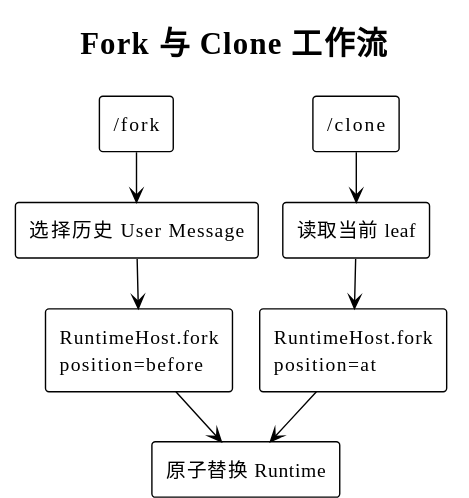
Before: diagrams/builtin-command/11-fork-clone.svg, a diagram exported from PlantUML (superheromeZzh/pi-mono-java-design).
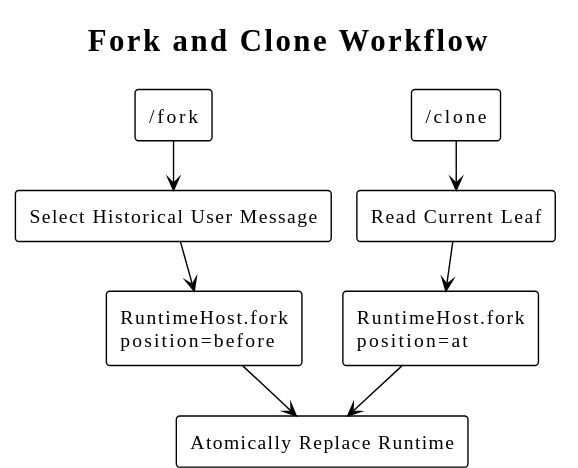
After the commit.

What changed in the source:
```diff
@@ -1,18 +1,18 @@
 @startuml
 !theme plain
 !pragma layout smetana
-skinparam defaultFontName "PingFang SC"
+skinparam defaultFontName "SansSerif"
 skinparam shadowing false
 skinparam backgroundColor transparent
-title Fork 与 Clone 工作流
+title Fork and Clone Workflow
 
 rectangle "/fork" as F
-rectangle "选择历史 User Message" as U
+rectangle "Select Historical User Message" as U
 rectangle "RuntimeHost.fork\nposition=before" as B
 rectangle "/clone" as C
-rectangle "读取当前 leaf" as L
+rectangle "Read Current Leaf" as L
 rectangle "RuntimeHost.fork\nposition=at" as A
-rectangle "原子替换 Runtime" as R
+rectangle "Atomically Replace Runtime" as R
 
 F --> U
 U --> B
```
